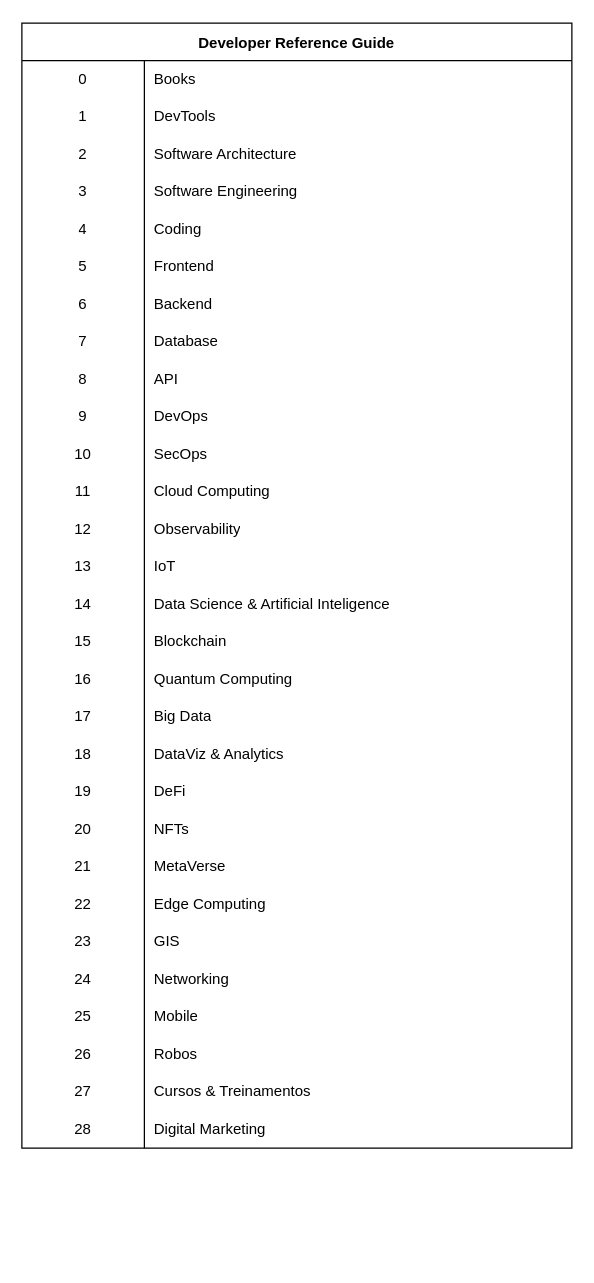
BioInformatica-Labs/Developer-Reference-Guide keeps this draw.io diagram as developer-reference.drawio. Above is the earlier version. Source tidied: cells renumbered, new cells numbered last; positions are measured from the earlier drawing's top-left corner, leaving out a move shared by most shapes. Both pictures are drawn from the tidied source at 125%, with x=0, y=0 at pixel (21, 22). Pictures stored in the file or linked from it are replaced by grey dashed boxes.
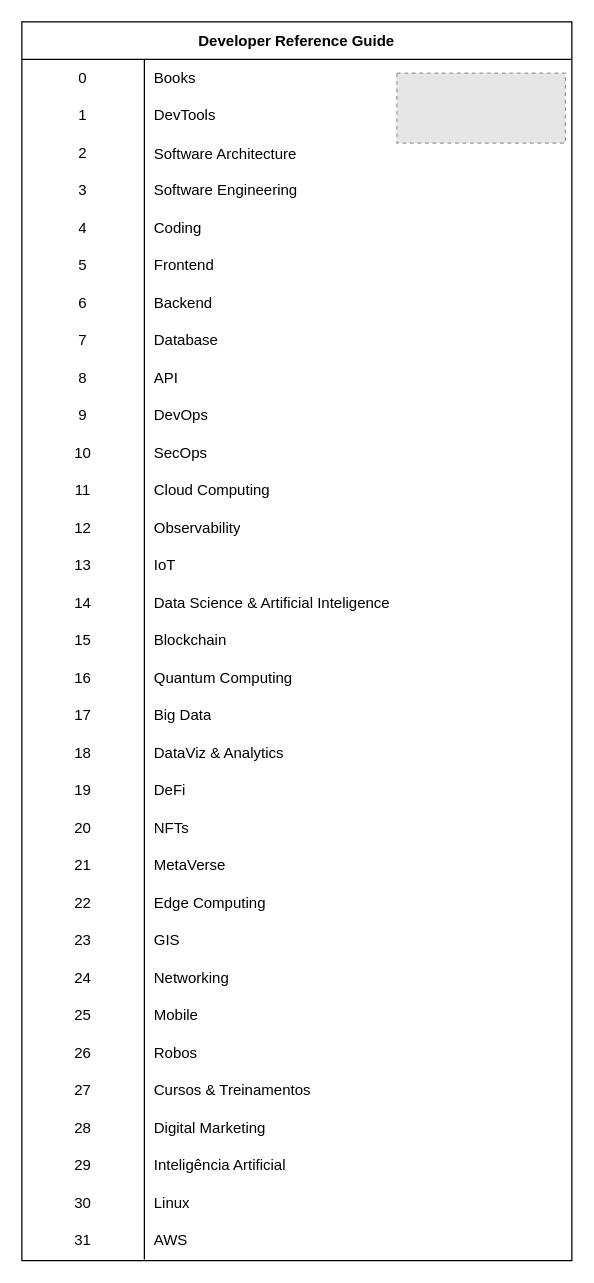
The same diagram, later.

Commit message (it also covers changes not shown here):
First Commit Developer Reference Card 2

Change to the diagram source:
```diff
@@
     <mxCell id="2" value="Developer Reference Guide" style="shape=table;startSize=30;childLayout=tableLayout;rowLines=0;fontStyle=1;fillColor=#FFFFFF;" parent="1" vertex="1">
-      <mxGeometry width="440" height="900" as="geometry" />
+      <mxGeometry y="-1" width="440" height="991" as="geometry" />
     </mxCell>
@@
+    <mxCell id="91" style="shape=tableRow;horizontal=0;startSize=0;swimlaneHead=0;swimlaneBody=0;top=0;left=0;bottom=0;right=0;fillColor=none;" parent="2" vertex="1">
+      <mxGeometry y="900" width="440" height="30" as="geometry" />
+    </mxCell>
+    <mxCell id="92" value="29" style="shape=partialRectangle;html=1;whiteSpace=wrap;fillColor=none;top=0;left=0;bottom=0;right=0;overflow=hidden;" parent="91" vertex="1">
+      <mxGeometry width="98" height="30" as="geometry" />
+    </mxCell>
+    <mxCell id="93" value="Inteligência Artificial" style="shape=partialRectangle;html=1;whiteSpace=wrap;fillColor=none;top=0;left=0;bottom=0;right=0;align=left;spacingLeft=6;overflow=hidden;" parent="91" vertex="1">
+      <mxGeometry x="98" width="342" height="30" as="geometry" />
+    </mxCell>
+    <mxCell id="94" style="shape=tableRow;horizontal=0;startSize=0;swimlaneHead=0;swimlaneBody=0;top=0;left=0;bottom=0;right=0;fillColor=none;" parent="2" vertex="1">
+      <mxGeometry y="930" width="440" height="30" as="geometry" />
+    </mxCell>
+    <mxCell id="95" value="30" style="shape=partialRectangle;html=1;whiteSpace=wrap;fillColor=none;top=0;left=0;bottom=0;right=0;overflow=hidden;" parent="94" vertex="1">
+      <mxGeometry width="98" height="30" as="geometry" />
+    </mxCell>
+    <mxCell id="96" value="Linux" style="shape=partialRectangle;html=1;whiteSpace=wrap;fillColor=none;top=0;left=0;bottom=0;right=0;align=left;spacingLeft=6;overflow=hidden;" parent="94" vertex="1">
+      <mxGeometry x="98" width="342" height="30" as="geometry" />
+    </mxCell>
+    <mxCell id="97" style="shape=tableRow;horizontal=0;startSize=0;swimlaneHead=0;swimlaneBody=0;top=0;left=0;bottom=0;right=0;fillColor=none;" parent="2" vertex="1">
+      <mxGeometry y="960" width="440" height="30" as="geometry" />
+    </mxCell>
+    <mxCell id="98" value="31" style="shape=partialRectangle;html=1;whiteSpace=wrap;fillColor=none;top=0;left=0;bottom=0;right=0;overflow=hidden;" parent="97" vertex="1">
+      <mxGeometry width="98" height="30" as="geometry" />
+    </mxCell>
+    <mxCell id="99" value="AWS" style="shape=partialRectangle;html=1;whiteSpace=wrap;fillColor=none;top=0;left=0;bottom=0;right=0;align=left;spacingLeft=6;overflow=hidden;" parent="97" vertex="1">
+      <mxGeometry x="98" width="342" height="30" as="geometry" />
+    </mxCell>
@@
+    <mxCell id="100" style="fillColor=#E6E6E6;strokeColor=#999999;dashed=1;" parent="1" vertex="1">
+      <mxGeometry x="300" y="40" width="134.8" height="55.9" as="geometry" />
+    </mxCell>
```
